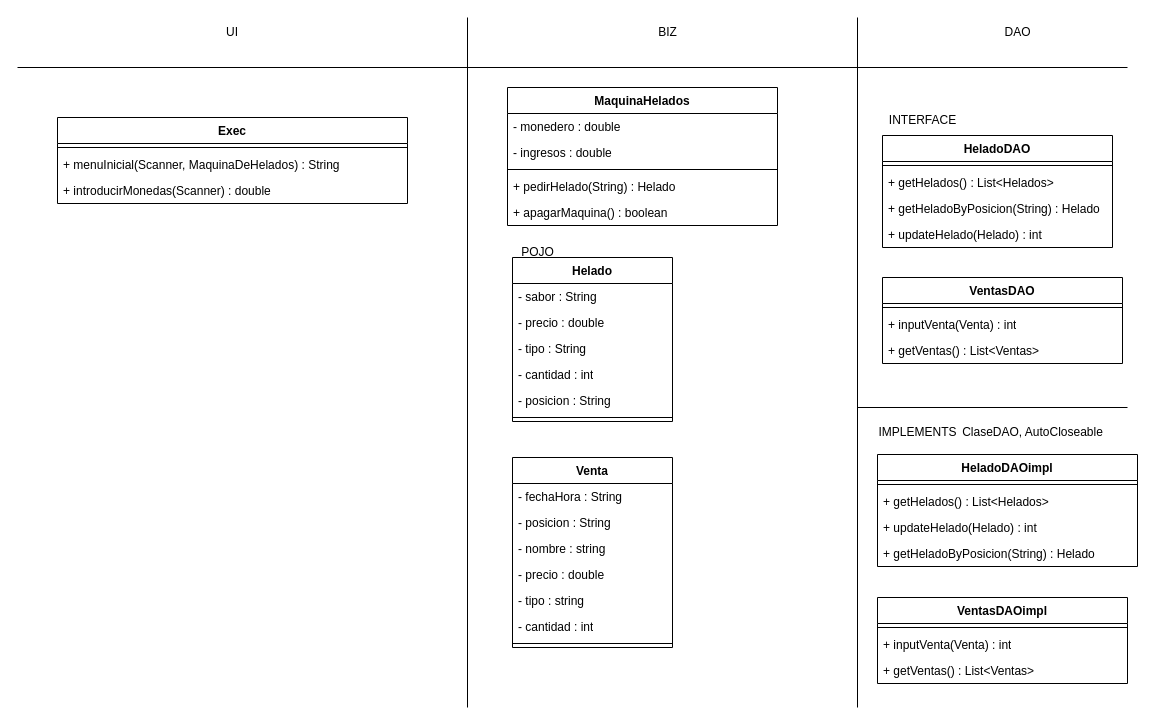
This is MaquinaDeHeladoV6.drawio from gonzaga24/MaquinaHelados, a draw.io file, before an edit. Source tidied: cells renumbered, new cells numbered last; positions are measured from the earlier drawing's top-left corner, leaving out a move shared by most shapes. Both pictures are drawn from the tidied source at 100%, with x=0, y=0 at pixel (17, 17).
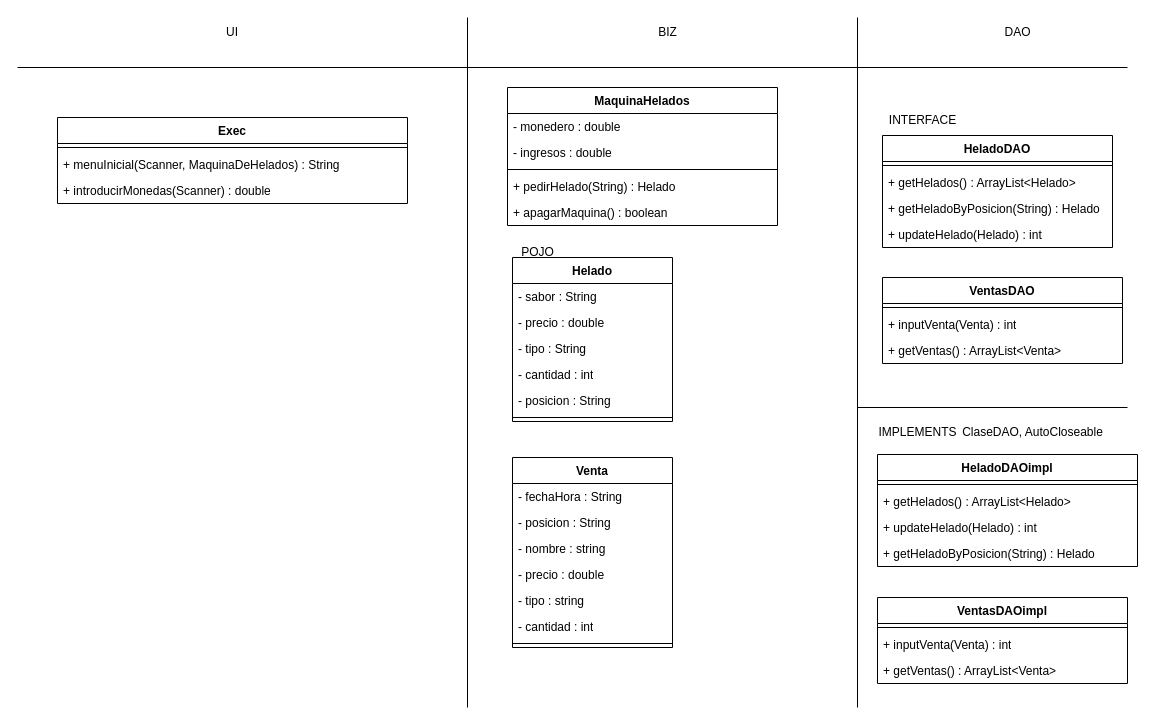
Above is the later version.

Commit message (it also covers changes not shown here):
Esquema draw modificado, Clases modificadas: Venta, VentaDAO, VentaDAOimpl, Utils

Unchanged cells that the change refers to:
```xml
<mxCell id="25" value="HeladoDAO" style="swimlane;fontStyle=1;align=center;verticalAlign=top;horizontal=1;startSize=26;whiteSpace=wrap;html=1;" parent="1" vertex="1">
  <mxGeometry x="865" y="118" width="230" height="112" as="geometry" />
</mxCell>
<mxCell id="30" value="HeladoDAOimpl" style="swimlane;fontStyle=1;align=center;verticalAlign=top;horizontal=1;startSize=26;whiteSpace=wrap;html=1;" parent="1" vertex="1">
  <mxGeometry x="860" y="437" width="260" height="112" as="geometry" />
</mxCell>
<mxCell id="35" value="VentasDAO" style="swimlane;fontStyle=1;align=center;verticalAlign=top;horizontal=1;startSize=26;whiteSpace=wrap;html=1;" parent="1" vertex="1">
  <mxGeometry x="865" y="260" width="240" height="86" as="geometry" />
</mxCell>
<mxCell id="39" value="VentasDAOimpl" style="swimlane;fontStyle=1;align=center;verticalAlign=top;horizontal=1;startSize=26;whiteSpace=wrap;html=1;" parent="1" vertex="1">
  <mxGeometry x="860" y="580" width="250" height="86" as="geometry" />
</mxCell>
```

The edit, as a diff of the source:
```diff
@@
-    <mxCell id="27" value="+ getHelados() : List&amp;lt;Helados&amp;gt;" style="text;strokeColor=none;fillColor=none;align=left;verticalAlign=top;spacingLeft=4;spacingRight=4;overflow=hidden;whiteSpace=wrap;html=1;" parent="25" vertex="1">
+    <mxCell id="27" value="+ getHelados() : ArrayList&amp;lt;Helado&amp;gt;" style="text;strokeColor=none;fillColor=none;align=left;verticalAlign=top;spacingLeft=4;spacingRight=4;overflow=hidden;whiteSpace=wrap;html=1;" parent="25" vertex="1">
       <mxGeometry y="34" width="230" height="26" as="geometry" />
     </mxCell>
@@
-    <mxCell id="32" value="+ getHelados() : List&amp;lt;Helados&amp;gt;" style="text;strokeColor=none;fillColor=none;align=left;verticalAlign=top;spacingLeft=4;spacingRight=4;overflow=hidden;whiteSpace=wrap;html=1;" parent="30" vertex="1">
+    <mxCell id="32" value="+ getHelados() : ArrayList&amp;lt;Helado&amp;gt;" style="text;strokeColor=none;fillColor=none;align=left;verticalAlign=top;spacingLeft=4;spacingRight=4;overflow=hidden;whiteSpace=wrap;html=1;" parent="30" vertex="1">
       <mxGeometry y="34" width="260" height="26" as="geometry" />
     </mxCell>
@@
-    <mxCell id="38" value="+ getVentas() : List&amp;lt;Ventas&amp;gt;" style="text;strokeColor=none;fillColor=none;align=left;verticalAlign=top;spacingLeft=4;spacingRight=4;overflow=hidden;whiteSpace=wrap;html=1;" parent="35" vertex="1">
+    <mxCell id="38" value="+ getVentas() : ArrayList&amp;lt;Venta&amp;gt;" style="text;strokeColor=none;fillColor=none;align=left;verticalAlign=top;spacingLeft=4;spacingRight=4;overflow=hidden;whiteSpace=wrap;html=1;" parent="35" vertex="1">
       <mxGeometry y="60" width="240" height="26" as="geometry" />
     </mxCell>
@@
-    <mxCell id="42" value="+ getVentas() : List&amp;lt;Ventas&amp;gt;" style="text;strokeColor=none;fillColor=none;align=left;verticalAlign=top;spacingLeft=4;spacingRight=4;overflow=hidden;whiteSpace=wrap;html=1;" parent="39" vertex="1">
+    <mxCell id="42" value="+ getVentas() : ArrayList&amp;lt;Venta&amp;gt;" style="text;strokeColor=none;fillColor=none;align=left;verticalAlign=top;spacingLeft=4;spacingRight=4;overflow=hidden;whiteSpace=wrap;html=1;" parent="39" vertex="1">
       <mxGeometry y="60" width="250" height="26" as="geometry" />
     </mxCell>
```
